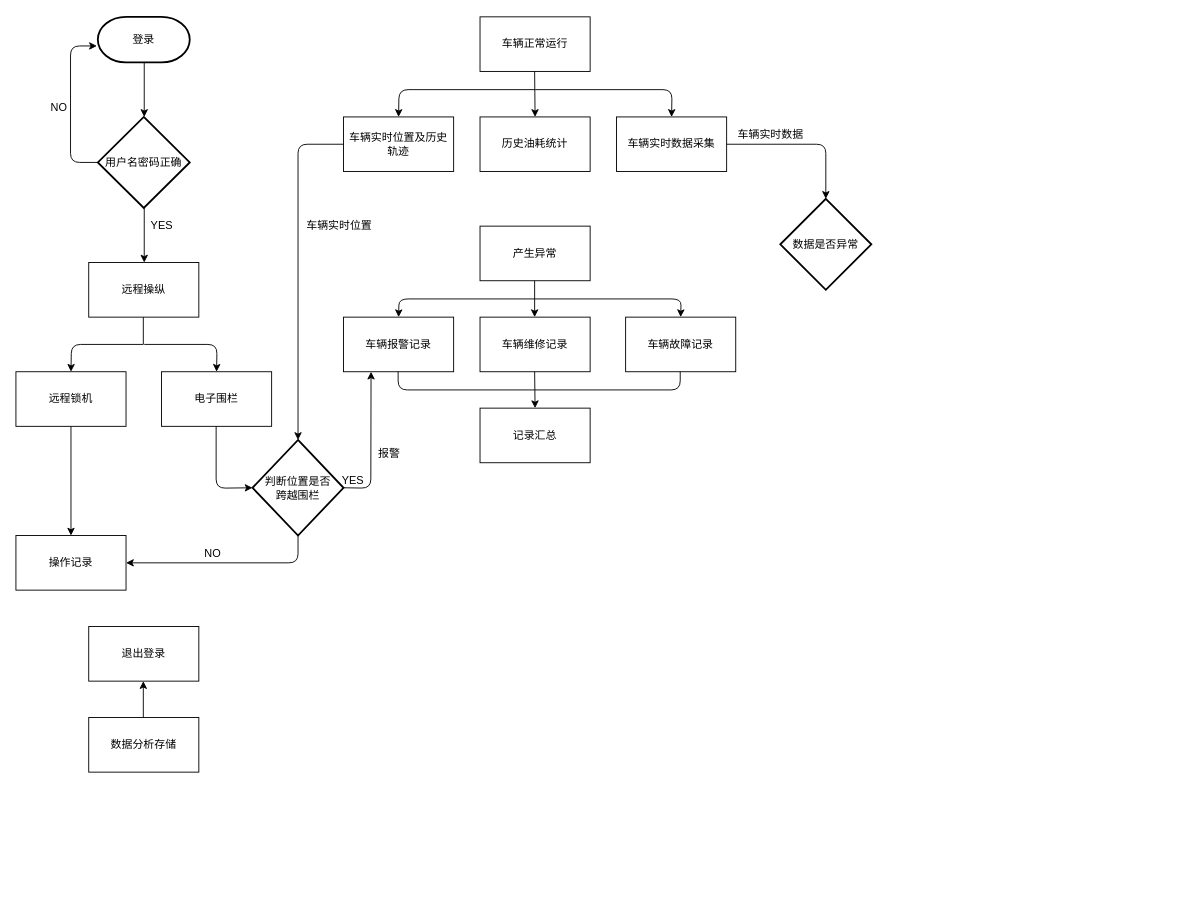
FoxJokerEila/FoxJokerEila.github.io keeps this draw.io diagram as 未命名绘图.drawio. Above is the earlier version. Source tidied: cells renumbered, new cells numbered last; positions are measured from the earlier drawing's top-left corner, leaving out a move shared by most shapes. Both pictures are drawn from the tidied source at 91%, with x=0, y=0 at pixel (15, 16).
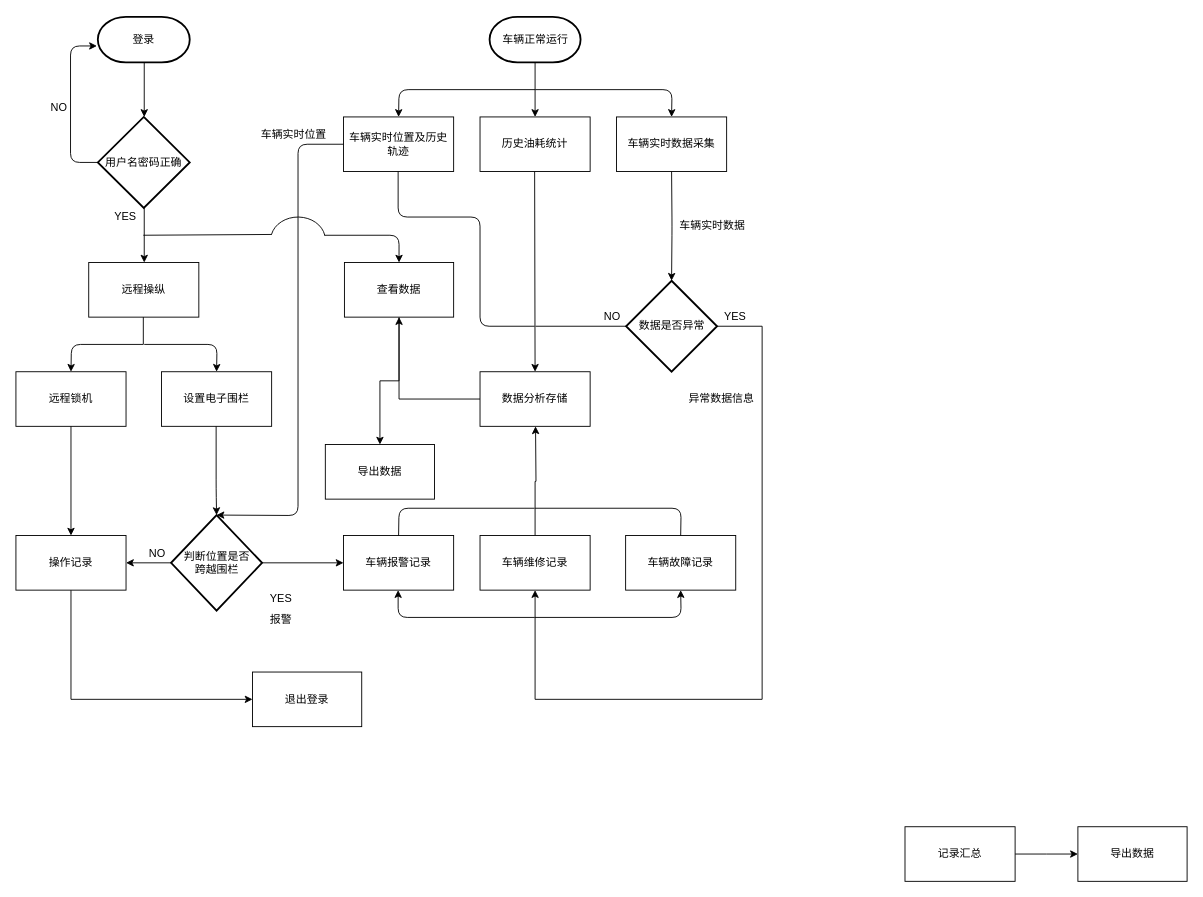
The same diagram, later.

Commit message:
更新未命名绘图.drawio

Unchanged cells that the change refers to:
```xml
<mxCell id="3" value="历史油耗统计" style="rounded=0;whiteSpace=wrap;html=1;" parent="1" vertex="1">
  <mxGeometry x="510" y="110" width="121" height="60" as="geometry" />
</mxCell>
<mxCell id="7" value="车辆实时数据采集" style="rounded=0;whiteSpace=wrap;html=1;" parent="1" vertex="1">
  <mxGeometry x="660" y="110" width="121" height="60" as="geometry" />
</mxCell>
<mxCell id="16" value="操作记录" style="rounded=0;whiteSpace=wrap;html=1;" parent="1" vertex="1">
  <mxGeometry y="570" width="121" height="60" as="geometry" />
</mxCell>
```

Diff of the diagram source:
```diff
@@
-    <mxCell id="4" value="车辆正常运行" style="rounded=0;whiteSpace=wrap;html=1;" parent="1" vertex="1">
-      <mxGeometry x="510" width="121" height="60" as="geometry" />
-    </mxCell>
@@
-    <mxCell id="6" value="产生异常" style="rounded=0;whiteSpace=wrap;html=1;" parent="1" vertex="1">
-      <mxGeometry x="510" y="230" width="121" height="60" as="geometry" />
-    </mxCell>
@@
-    <mxCell id="9" value="电子围栏" style="rounded=0;whiteSpace=wrap;html=1;" parent="1" vertex="1">
+    <mxCell id="9" value="设置电子围栏" style="rounded=0;whiteSpace=wrap;html=1;" parent="1" vertex="1">
       <mxGeometry x="160" y="390" width="121" height="60" as="geometry" />
     </mxCell>
@@
     <mxCell id="11" value="车辆故障记录" style="rounded=0;whiteSpace=wrap;html=1;" parent="1" vertex="1">
-      <mxGeometry x="670" y="330" width="121" height="60" as="geometry" />
+      <mxGeometry x="670" y="570" width="121" height="60" as="geometry" />
     </mxCell>
+    <mxCell id="50" style="edgeStyle=orthogonalEdgeStyle;rounded=0;jettySize=auto;html=1;" parent="1" edge="1" source="12">
+      <mxGeometry relative="1" as="geometry">
+        <mxPoint x="571" y="450" as="targetPoint" />
+      </mxGeometry>
+    </mxCell>
     <mxCell id="12" value="车辆维修记录" style="rounded=0;whiteSpace=wrap;html=1;" parent="1" vertex="1">
-      <mxGeometry x="510" y="330" width="121" height="60" as="geometry" />
+      <mxGeometry x="510" y="570" width="121" height="60" as="geometry" />
     </mxCell>
     <mxCell id="13" value="车辆报警记录" style="rounded=0;whiteSpace=wrap;html=1;" parent="1" vertex="1">
-      <mxGeometry x="360" y="330" width="121" height="60" as="geometry" />
+      <mxGeometry x="360" y="570" width="121" height="60" as="geometry" />
     </mxCell>
@@
+    <mxCell id="51" style="edgeStyle=orthogonalEdgeStyle;rounded=0;jettySize=auto;html=1;" parent="1" edge="1" source="15" target="59">
+      <mxGeometry relative="1" as="geometry" />
+    </mxCell>
     <mxCell id="15" value="数据分析存储" style="rounded=0;whiteSpace=wrap;html=1;" parent="1" vertex="1">
-      <mxGeometry x="80" y="770" width="121" height="60" as="geometry" />
+      <mxGeometry x="510" y="390" width="121" height="60" as="geometry" />
     </mxCell>
+    <mxCell id="52" style="edgeStyle=orthogonalEdgeStyle;rounded=0;jettySize=auto;html=1;entryX=0;entryY=0.5;entryDx=0;entryDy=0;exitX=0.5;exitY=1;exitDx=0;exitDy=0;" parent="1" edge="1" source="16" target="19">
+      <mxGeometry relative="1" as="geometry" />
+    </mxCell>
@@
+    <mxCell id="53" style="edgeStyle=orthogonalEdgeStyle;rounded=0;jettySize=auto;html=1;" parent="1" edge="1" source="17">
+      <mxGeometry relative="1" as="geometry">
+        <mxPoint x="1167" y="920" as="targetPoint" />
+      </mxGeometry>
+    </mxCell>
     <mxCell id="17" value="记录汇总" style="rounded=0;whiteSpace=wrap;html=1;" parent="1" vertex="1">
-      <mxGeometry x="510" y="430" width="121" height="60" as="geometry" />
+      <mxGeometry x="977" y="890" width="121" height="60" as="geometry" />
     </mxCell>
-    <mxCell id="18" style="endArrow=classic;html=1;" parent="1" edge="1">
-      <mxGeometry relative="1" as="geometry">
-        <mxPoint x="140" y="770" as="sourcePoint" />
-        <mxPoint x="140" y="730" as="targetPoint" />
-      </mxGeometry>
-    </mxCell>
-    <mxCell id="19" value="退出登录" style="rounded=0;whiteSpace=wrap;html=1;" parent="1" vertex="1">
-      <mxGeometry x="80" y="670" width="121" height="60" as="geometry" />
-    </mxCell>
@@
     <mxCell id="28" value="YES" style="text;html=1;align=center;verticalAlign=middle;strokeColor=none;" parent="1" vertex="1">
-      <mxGeometry x="140" y="220" width="40" height="20" as="geometry" />
+      <mxGeometry x="100" y="210" width="40" height="20" as="geometry" />
     </mxCell>
-    <mxCell id="29" style="endArrow=classic;html=1;entryX=0.5;entryY=0;entryDx=0;entryDy=0;" parent="1" edge="1" target="3">
-      <mxGeometry relative="1" as="geometry">
-        <mxPoint x="570" y="60" as="sourcePoint" />
-      </mxGeometry>
+    <mxCell id="29" style="endArrow=classic;html=1;entryX=0.5;entryY=0;entryDx=0;entryDy=0;exitX=0.5;exitY=1;exitDx=0;exitDy=0;exitPerimeter=0;" parent="1" edge="1" source="4" target="3">
+      <mxGeometry relative="1" as="geometry" />
     </mxCell>
@@
     <mxCell id="32" style="endArrow=classic;html=1;entryX=0.5;entryY=0;entryDx=0;entryDy=0;entryPerimeter=0;" parent="1" edge="1" target="37">
       <mxGeometry relative="1" as="geometry">
         <mxPoint x="360" y="140" as="sourcePoint" />
         <Array as="points">
           <mxPoint x="310" y="140" />
+          <mxPoint x="310" y="548" />
         </Array>
       </mxGeometry>
     </mxCell>
     <mxCell id="33" value="报警" style="text;html=1;align=center;verticalAlign=middle;strokeColor=none;" parent="1" vertex="1">
-      <mxGeometry x="390" y="470" width="40" height="20" as="geometry" />
+      <mxGeometry x="270.5" y="652.5" width="40" height="20" as="geometry" />
     </mxCell>
-    <mxCell id="34" style="endArrow=classic;html=1;" parent="1" edge="1">
-      <mxGeometry relative="1" as="geometry">
-        <mxPoint x="570" y="290" as="sourcePoint" />
-        <mxPoint x="570" y="330" as="targetPoint" />
-      </mxGeometry>
-    </mxCell>
-    <mxCell id="35" style="endArrow=classic;html=1;entryX=0.5;entryY=0;entryDx=0;entryDy=0;" parent="1" edge="1" target="11">
-      <mxGeometry relative="1" as="geometry">
-        <mxPoint x="570" y="310" as="sourcePoint" />
-        <Array as="points">
-          <mxPoint x="731" y="310" />
-        </Array>
-      </mxGeometry>
-    </mxCell>
-    <mxCell id="36" style="endArrow=classic;html=1;entryX=0.5;entryY=0;entryDx=0;entryDy=0;" parent="1" edge="1" target="13">
-      <mxGeometry relative="1" as="geometry">
-        <mxPoint x="570" y="310" as="sourcePoint" />
-        <Array as="points">
-          <mxPoint x="421" y="310" />
-        </Array>
-      </mxGeometry>
-    </mxCell>
     <mxCell id="37" value="&lt;div&gt;判断位置是否&lt;/div&gt;&lt;div&gt;跨越围栏&lt;/div&gt;" style="strokeWidth=2;html=1;shape=mxgraph.flowchart.decision;whiteSpace=wrap;" parent="1" vertex="1">
-      <mxGeometry x="260" y="465" width="100" height="105" as="geometry" />
+      <mxGeometry x="170.5" y="547.5" width="100" height="105" as="geometry" />
     </mxCell>
-    <mxCell id="38" style="endArrow=classic;html=1;entryX=0;entryY=0.5;entryDx=0;entryDy=0;entryPerimeter=0;" parent="1" edge="1" target="37">
+    <mxCell id="38" style="endArrow=classic;html=1;entryX=0.5;entryY=0;entryDx=0;entryDy=0;entryPerimeter=0;" parent="1" edge="1" target="37">
       <mxGeometry relative="1" as="geometry">
         <mxPoint x="220" y="450" as="sourcePoint" />
         <Array as="points">
           <mxPoint x="220" y="518" />
         </Array>
       </mxGeometry>
     </mxCell>
     <mxCell id="39" value="车辆实时位置" style="text;html=1;align=center;verticalAlign=middle;strokeColor=none;" parent="1" vertex="1">
-      <mxGeometry x="310" y="220" width="90" height="20" as="geometry" />
+      <mxGeometry x="260" y="120" width="90" height="20" as="geometry" />
     </mxCell>
-    <mxCell id="40" style="endArrow=classic;html=1;entryX=0.25;entryY=1;entryDx=0;entryDy=0;exitX=1;exitY=0.5;exitDx=0;exitDy=0;exitPerimeter=0;" parent="1" edge="1" source="37" target="13">
-      <mxGeometry relative="1" as="geometry">
-        <Array as="points">
-          <mxPoint x="390" y="518" />
-        </Array>
-      </mxGeometry>
+    <mxCell id="40" style="endArrow=classic;html=1;exitX=1;exitY=0.5;exitDx=0;exitDy=0;exitPerimeter=0;entryX=0;entryY=0.5;entryDx=0;entryDy=0;" parent="1" edge="1" source="37" target="13">
+      <mxGeometry relative="1" as="geometry" />
     </mxCell>
-    <mxCell id="41" style="endArrow=none;html=1;" parent="1" edge="1">
-      <mxGeometry relative="1" as="geometry">
-        <mxPoint x="420" y="390" as="sourcePoint" />
-        <mxPoint x="570" y="410" as="targetPoint" />
-        <Array as="points">
-          <mxPoint x="420" y="410" />
-        </Array>
-      </mxGeometry>
-    </mxCell>
-    <mxCell id="42" style="endArrow=classic;html=1;entryX=0.5;entryY=0;entryDx=0;entryDy=0;" parent="1" edge="1" target="17">
-      <mxGeometry relative="1" as="geometry">
-        <mxPoint x="570" y="390" as="sourcePoint" />
-      </mxGeometry>
-    </mxCell>
-    <mxCell id="43" style="endArrow=none;html=1;" parent="1" edge="1">
-      <mxGeometry relative="1" as="geometry">
-        <mxPoint x="570" y="410" as="sourcePoint" />
-        <mxPoint x="730" y="390" as="targetPoint" />
-        <Array as="points">
-          <mxPoint x="730" y="410" />
-        </Array>
-      </mxGeometry>
-    </mxCell>
-    <mxCell id="44" value="数据是否异常" style="strokeWidth=2;html=1;shape=mxgraph.flowchart.decision;whiteSpace=wrap;" parent="1" vertex="1">
-      <mxGeometry x="840" y="200" width="100" height="100" as="geometry" />
-    </mxCell>
-    <mxCell id="45" style="endArrow=classic;html=1;entryX=0.5;entryY=0;entryDx=0;entryDy=0;entryPerimeter=0;" parent="1" edge="1" target="44">
+    <mxCell id="45" style="endArrow=classic;html=1;entryX=0.5;entryY=0;entryDx=0;entryDy=0;entryPerimeter=0;exitX=0.5;exitY=1;exitDx=0;exitDy=0;" parent="1" edge="1" source="7" target="44">
       <mxGeometry relative="1" as="geometry">
-        <mxPoint x="781" y="140" as="sourcePoint" />
         <Array as="points">
-          <mxPoint x="890" y="140" />
+          <mxPoint x="721" y="230" />
         </Array>
       </mxGeometry>
     </mxCell>
     <mxCell id="46" value="车辆实时数据" style="text;html=1;align=center;verticalAlign=middle;strokeColor=none;" parent="1" vertex="1">
-      <mxGeometry x="784" y="120" width="90" height="20" as="geometry" />
+      <mxGeometry x="720" y="220" width="90" height="20" as="geometry" />
     </mxCell>
     <mxCell id="47" value="YES" style="text;html=1;align=center;verticalAlign=middle;strokeColor=none;" parent="1" vertex="1">
-      <mxGeometry x="350" y="500" width="40" height="20" as="geometry" />
+      <mxGeometry x="270.5" y="630" width="40" height="20" as="geometry" />
     </mxCell>
     <mxCell id="48" value="NO" style="text;html=1;align=center;verticalAlign=middle;strokeColor=none;" parent="1" vertex="1">
-      <mxGeometry x="201" y="580" width="30" height="20" as="geometry" />
+      <mxGeometry x="140" y="580" width="30" height="20" as="geometry" />
     </mxCell>
-    <mxCell id="49" style="endArrow=classic;html=1;entryX=1;entryY=0.5;entryDx=0;entryDy=0;" parent="1" edge="1" target="16">
-      <mxGeometry relative="1" as="geometry">
-        <mxPoint x="310" y="570" as="sourcePoint" />
-        <Array as="points">
-          <mxPoint x="310" y="600" />
-        </Array>
-      </mxGeometry>
+    <mxCell id="49" style="endArrow=classic;html=1;entryX=1;entryY=0.5;entryDx=0;entryDy=0;exitX=0;exitY=0.5;exitDx=0;exitDy=0;exitPerimeter=0;" parent="1" edge="1" source="37" target="16">
+      <mxGeometry relative="1" as="geometry" />
     </mxCell>
+    <mxCell id="54" style="endArrow=classic;html=1;entryX=0.5;entryY=0;entryDx=0;entryDy=0;" parent="1" edge="1" target="15">
+      <mxGeometry relative="1" as="geometry">
+        <mxPoint x="570" y="170" as="sourcePoint" />
+      </mxGeometry>
+    </mxCell>
+    <mxCell id="55" value="NO" style="text;html=1;align=center;verticalAlign=middle;points=[];strokeColor=none;" parent="1" vertex="1">
+      <mxGeometry x="640" y="320" width="30" height="20" as="geometry" />
+    </mxCell>
+    <mxCell id="19" value="退出登录" style="rounded=0;whiteSpace=wrap;html=1;" parent="1" vertex="1">
+      <mxGeometry x="260" y="720" width="120" height="60" as="geometry" />
+    </mxCell>
+    <mxCell id="4" value="车辆正常运行" style="strokeWidth=2;html=1;shape=mxgraph.flowchart.terminator;whiteSpace=wrap;" parent="1" vertex="1">
+      <mxGeometry x="520.5" width="100" height="50" as="geometry" />
+    </mxCell>
+    <mxCell id="56" style="endArrow=none;html=1;" parent="1" edge="1">
+      <mxGeometry relative="1" as="geometry">
+        <mxPoint x="570" y="340" as="sourcePoint" />
+        <mxPoint x="420" y="170" as="targetPoint" />
+        <Array as="points">
+          <mxPoint x="510" y="340" />
+          <mxPoint x="510" y="220" />
+          <mxPoint x="420" y="220" />
+        </Array>
+      </mxGeometry>
+    </mxCell>
+    <mxCell id="57" style="endArrow=none;html=1;entryX=1.033;entryY=1.05;entryDx=0;entryDy=0;entryPerimeter=0;startArrow=none;" parent="1" edge="1" source="44" target="55">
+      <mxGeometry relative="1" as="geometry" />
+    </mxCell>
+    <mxCell id="58" style="edgeStyle=orthogonalEdgeStyle;rounded=0;jettySize=auto;html=1;" parent="1" edge="1" source="59" target="63">
+      <mxGeometry relative="1" as="geometry" />
+    </mxCell>
+    <mxCell id="59" value="查看数据" style="rounded=0;whiteSpace=wrap;html=1;" parent="1" vertex="1">
+      <mxGeometry x="361" y="270" width="120" height="60" as="geometry" />
+    </mxCell>
+    <mxCell id="60" style="endArrow=classic;html=1;entryX=0.5;entryY=0;entryDx=0;entryDy=0;startArrow=none;exitX=0.019;exitY=0.599;exitDx=0;exitDy=0;exitPerimeter=0;" parent="1" edge="1" source="61" target="59">
+      <mxGeometry relative="1" as="geometry">
+        <Array as="points">
+          <mxPoint x="421" y="240" />
+        </Array>
+      </mxGeometry>
+    </mxCell>
+    <mxCell id="61" style="verticalLabelPosition=bottom;verticalAlign=top;html=1;shape=mxgraph.basic.arc;startAngle=0.2874881480022106;endAngle=0.7195215548949676;rotation=-180;" parent="1" vertex="1">
+      <mxGeometry x="280" y="220" width="60" height="50" as="geometry" />
+    </mxCell>
+    <mxCell id="62" style="endArrow=none;html=1;entryX=0.98;entryY=0.617;entryDx=0;entryDy=0;entryPerimeter=0;" parent="1" edge="1" target="61">
+      <mxGeometry relative="1" as="geometry">
+        <mxPoint x="140" y="240" as="sourcePoint" />
+      </mxGeometry>
+    </mxCell>
+    <mxCell id="63" value="导出数据" style="whiteSpace=wrap;html=1;rounded=0;" parent="1" vertex="1">
+      <mxGeometry x="340" y="470" width="120" height="60" as="geometry" />
+    </mxCell>
+    <mxCell id="64" value="导出数据" style="whiteSpace=wrap;html=1;rounded=0;" parent="1" vertex="1">
+      <mxGeometry x="1167" y="890" width="120" height="60" as="geometry" />
+    </mxCell>
+    <mxCell id="65" style="edgeStyle=orthogonalEdgeStyle;rounded=0;jettySize=auto;html=1;entryX=0.5;entryY=1;entryDx=0;entryDy=0;exitX=1;exitY=0.5;exitDx=0;exitDy=0;exitPerimeter=0;" parent="1" edge="1" source="44" target="12">
+      <mxGeometry relative="1" as="geometry">
+        <Array as="points">
+          <mxPoint x="820" y="340" />
+          <mxPoint x="820" y="750" />
+          <mxPoint x="571" y="750" />
+        </Array>
+      </mxGeometry>
+    </mxCell>
+    <mxCell id="44" value="数据是否异常" style="strokeWidth=2;html=1;shape=mxgraph.flowchart.decision;whiteSpace=wrap;" parent="1" vertex="1">
+      <mxGeometry x="670.5" y="290" width="100" height="100" as="geometry" />
+    </mxCell>
+    <mxCell id="66" style="endArrow=none;html=1;entryX=0;entryY=0.5;entryDx=0;entryDy=0;entryPerimeter=0;" parent="1" edge="1" target="44">
+      <mxGeometry relative="1" as="geometry">
+        <mxPoint x="571" y="340" as="sourcePoint" />
+      </mxGeometry>
+    </mxCell>
+    <mxCell id="67" value="异常数据信息" style="text;html=1;align=center;verticalAlign=middle;strokeColor=none;" parent="1" vertex="1">
+      <mxGeometry x="730" y="410" width="90" height="20" as="geometry" />
+    </mxCell>
+    <mxCell id="68" value="YES" style="text;html=1;align=center;verticalAlign=middle;strokeColor=none;" parent="1" vertex="1">
+      <mxGeometry x="770" y="320" width="40" height="20" as="geometry" />
+    </mxCell>
+    <mxCell id="69" style="endArrow=none;html=1;exitX=0.5;exitY=0;exitDx=0;exitDy=0;" parent="1" edge="1" source="13">
+      <mxGeometry relative="1" as="geometry">
+        <mxPoint x="570" y="540" as="targetPoint" />
+        <Array as="points">
+          <mxPoint x="421" y="540" />
+        </Array>
+      </mxGeometry>
+    </mxCell>
+    <mxCell id="70" style="endArrow=none;html=1;entryX=0.5;entryY=0;entryDx=0;entryDy=0;" parent="1" edge="1" target="11">
+      <mxGeometry relative="1" as="geometry">
+        <mxPoint x="570.5" y="540" as="sourcePoint" />
+        <Array as="points">
+          <mxPoint x="731" y="540" />
+        </Array>
+      </mxGeometry>
+    </mxCell>
+    <mxCell id="71" style="endArrow=classic;html=1;" parent="1" edge="1">
+      <mxGeometry relative="1" as="geometry">
+        <mxPoint x="570" y="660" as="sourcePoint" />
+        <mxPoint x="420" y="630" as="targetPoint" />
+        <Array as="points">
+          <mxPoint x="420" y="660" />
+        </Array>
+      </mxGeometry>
+    </mxCell>
+    <mxCell id="72" style="endArrow=classic;html=1;entryX=0.5;entryY=1;entryDx=0;entryDy=0;" parent="1" edge="1" target="11">
+      <mxGeometry relative="1" as="geometry">
+        <mxPoint x="570" y="660" as="sourcePoint" />
+        <Array as="points">
+          <mxPoint x="731" y="660" />
+        </Array>
+      </mxGeometry>
+    </mxCell>
```
